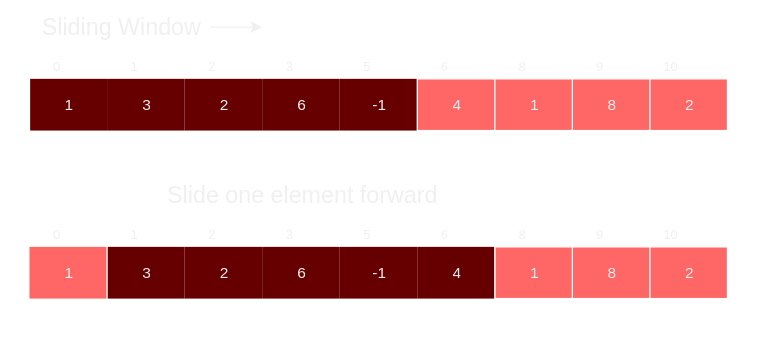
The draw.io diagram 200 Data Structures & Algorithms/220 Grokking Patterns/220.1 Sliding Window/Diagrams/Sliding Window.svg in MontoyaTM/Obsidian-SoftwareEngineering, before a commit. Source tidied: cells renumbered, new cells last; positions are measured from the earlier drawing's top-left corner, leaving out a move shared by most shapes. Its diagram source:
```xml
<mxGraphModel>
  <root>
    <mxCell id="0" />
    <mxCell id="1" parent="0" />
    <mxCell id="2" style="shape=table;startSize=0;fillColor=#FF6666;strokeColor=#FFFFFF;" parent="1" vertex="1">
      <mxGeometry y="50" width="540" height="40" as="geometry" />
    </mxCell>
    <mxCell id="3" style="shape=partialRectangle;fillColor=none;top=0;left=0;bottom=0;right=0;strokeColor=#660000;" parent="2" vertex="1">
      <mxGeometry width="540" height="40" as="geometry" />
    </mxCell>
    <mxCell id="4" value="1" style="shape=partialRectangle;html=1;whiteSpace=wrap;overflow=hidden;fillColor=#660000;top=0;left=0;bottom=0;right=0;strokeColor=#FFFFFF;" parent="3" vertex="1">
      <mxGeometry width="60" height="40" as="geometry" />
    </mxCell>
    <mxCell id="5" value="3" style="shape=partialRectangle;html=1;whiteSpace=wrap;overflow=hidden;fillColor=#660000;top=0;left=0;bottom=0;right=0;" parent="3" vertex="1">
      <mxGeometry x="60" width="60" height="40" as="geometry" />
    </mxCell>
    <mxCell id="6" value="2" style="shape=partialRectangle;html=1;whiteSpace=wrap;overflow=hidden;fillColor=#660000;top=0;left=0;bottom=0;right=0;" parent="3" vertex="1">
      <mxGeometry x="120" width="60" height="40" as="geometry" />
    </mxCell>
    <mxCell id="7" value="6" style="shape=partialRectangle;html=1;whiteSpace=wrap;overflow=hidden;fillColor=#660000;top=0;left=0;bottom=0;right=0;" parent="3" vertex="1">
      <mxGeometry x="180" width="60" height="40" as="geometry" />
    </mxCell>
    <mxCell id="8" value="-1" style="shape=partialRectangle;html=1;whiteSpace=wrap;overflow=hidden;fillColor=#660000;top=0;left=0;bottom=0;right=0;" parent="3" vertex="1">
      <mxGeometry x="240" width="60" height="40" as="geometry" />
    </mxCell>
    <mxCell id="9" value="4" style="shape=partialRectangle;html=1;whiteSpace=wrap;overflow=hidden;fillColor=none;top=0;left=0;bottom=0;right=0;" parent="3" vertex="1">
      <mxGeometry x="300" width="60" height="40" as="geometry" />
    </mxCell>
    <mxCell id="10" value="1" style="shape=partialRectangle;html=1;whiteSpace=wrap;overflow=hidden;fillColor=none;top=0;left=0;bottom=0;right=0;" parent="3" vertex="1">
      <mxGeometry x="360" width="60" height="40" as="geometry" />
    </mxCell>
    <mxCell id="11" value="8" style="shape=partialRectangle;html=1;whiteSpace=wrap;overflow=hidden;fillColor=none;top=0;left=0;bottom=0;right=0;" parent="3" vertex="1">
      <mxGeometry x="420" width="60" height="40" as="geometry" />
    </mxCell>
    <mxCell id="12" value="2" style="shape=partialRectangle;html=1;whiteSpace=wrap;overflow=hidden;fillColor=none;top=0;left=0;bottom=0;right=0;" parent="3" vertex="1">
      <mxGeometry x="480" width="60" height="40" as="geometry" />
    </mxCell>
    <mxCell id="13" style="rounded=1;whiteSpace=wrap;html=1;strokeColor=#FFFFFF;fillColor=none;" parent="1" vertex="1">
      <mxGeometry y="30" width="300" height="80" as="geometry" />
    </mxCell>
    <mxCell id="14" style="edgeStyle=none;html=1;" parent="1" edge="1" source="15">
      <mxGeometry relative="1" as="geometry">
        <mxPoint x="180" y="10" as="targetPoint" />
      </mxGeometry>
    </mxCell>
    <mxCell id="15" value="&lt;font style=&quot;font-size: 18px&quot;&gt;Sliding Window&lt;/font&gt;" style="text;html=1;align=center;verticalAlign=middle;points=[];strokeColor=none;" parent="1" vertex="1">
      <mxGeometry width="140" height="20" as="geometry" />
    </mxCell>
    <mxCell id="16" style="shape=table;startSize=0;fillColor=#FF6666;strokeColor=#FFFFFF;" parent="1" vertex="1">
      <mxGeometry y="180" width="540" height="40" as="geometry" />
    </mxCell>
    <mxCell id="17" style="shape=partialRectangle;fillColor=none;top=0;left=0;bottom=0;right=0;strokeColor=#660000;" parent="16" vertex="1">
      <mxGeometry width="540" height="40" as="geometry" />
    </mxCell>
    <mxCell id="18" value="1" style="shape=partialRectangle;html=1;whiteSpace=wrap;overflow=hidden;fillColor=#FF6666;top=0;left=0;bottom=0;right=0;strokeColor=#FFFFFF;" parent="17" vertex="1">
      <mxGeometry width="60" height="40" as="geometry" />
    </mxCell>
    <mxCell id="19" value="3" style="shape=partialRectangle;html=1;whiteSpace=wrap;overflow=hidden;fillColor=#660000;top=0;left=0;bottom=0;right=0;" parent="17" vertex="1">
      <mxGeometry x="60" width="60" height="40" as="geometry" />
    </mxCell>
    <mxCell id="20" value="2" style="shape=partialRectangle;html=1;whiteSpace=wrap;overflow=hidden;fillColor=#660000;top=0;left=0;bottom=0;right=0;" parent="17" vertex="1">
      <mxGeometry x="120" width="60" height="40" as="geometry" />
    </mxCell>
    <mxCell id="21" value="6" style="shape=partialRectangle;html=1;whiteSpace=wrap;overflow=hidden;fillColor=#660000;top=0;left=0;bottom=0;right=0;" parent="17" vertex="1">
      <mxGeometry x="180" width="60" height="40" as="geometry" />
    </mxCell>
    <mxCell id="22" value="-1" style="shape=partialRectangle;html=1;whiteSpace=wrap;overflow=hidden;fillColor=#660000;top=0;left=0;bottom=0;right=0;" parent="17" vertex="1">
      <mxGeometry x="240" width="60" height="40" as="geometry" />
    </mxCell>
    <mxCell id="23" value="4" style="shape=partialRectangle;html=1;whiteSpace=wrap;overflow=hidden;fillColor=#660000;top=0;left=0;bottom=0;right=0;" parent="17" vertex="1">
      <mxGeometry x="300" width="60" height="40" as="geometry" />
    </mxCell>
    <mxCell id="24" value="1" style="shape=partialRectangle;html=1;whiteSpace=wrap;overflow=hidden;fillColor=none;top=0;left=0;bottom=0;right=0;" parent="17" vertex="1">
      <mxGeometry x="360" width="60" height="40" as="geometry" />
    </mxCell>
    <mxCell id="25" value="8" style="shape=partialRectangle;html=1;whiteSpace=wrap;overflow=hidden;fillColor=none;top=0;left=0;bottom=0;right=0;" parent="17" vertex="1">
      <mxGeometry x="420" width="60" height="40" as="geometry" />
    </mxCell>
    <mxCell id="26" value="2" style="shape=partialRectangle;html=1;whiteSpace=wrap;overflow=hidden;fillColor=none;top=0;left=0;bottom=0;right=0;" parent="17" vertex="1">
      <mxGeometry x="480" width="60" height="40" as="geometry" />
    </mxCell>
    <mxCell id="27" style="rounded=1;whiteSpace=wrap;html=1;strokeColor=#FFFFFF;fillColor=none;" parent="1" vertex="1">
      <mxGeometry x="60" y="160" width="300" height="80" as="geometry" />
    </mxCell>
    <mxCell id="28" value="&lt;font style=&quot;font-size: 18px&quot;&gt;Slide one element forward&lt;/font&gt;" style="text;html=1;align=center;verticalAlign=middle;strokeColor=none;" parent="1" vertex="1">
      <mxGeometry x="100" y="130" width="220" height="20" as="geometry" />
    </mxCell>
    <mxCell id="29" value="&lt;font style=&quot;font-size: 10px&quot;&gt;1&lt;/font&gt;" style="text;html=1;align=center;verticalAlign=middle;strokeColor=none;" parent="1" vertex="1">
      <mxGeometry x="70" y="30" width="20" height="20" as="geometry" />
    </mxCell>
    <mxCell id="30" value="&lt;font style=&quot;font-size: 10px&quot;&gt;0&lt;/font&gt;" style="text;html=1;align=center;verticalAlign=middle;strokeColor=none;" parent="1" vertex="1">
      <mxGeometry x="10" y="30" width="20" height="20" as="geometry" />
    </mxCell>
    <mxCell id="31" value="&lt;font style=&quot;font-size: 10px&quot;&gt;2&lt;/font&gt;" style="text;html=1;align=center;verticalAlign=middle;strokeColor=none;" parent="1" vertex="1">
      <mxGeometry x="130" y="30" width="20" height="20" as="geometry" />
    </mxCell>
    <mxCell id="32" value="&lt;font style=&quot;font-size: 10px&quot;&gt;3&lt;/font&gt;" style="text;html=1;align=center;verticalAlign=middle;strokeColor=none;" parent="1" vertex="1">
      <mxGeometry x="190" y="30" width="20" height="20" as="geometry" />
    </mxCell>
    <mxCell id="33" value="&lt;font style=&quot;font-size: 10px&quot;&gt;5&lt;/font&gt;" style="text;html=1;align=center;verticalAlign=middle;strokeColor=none;" parent="1" vertex="1">
      <mxGeometry x="250" y="30" width="20" height="20" as="geometry" />
    </mxCell>
    <mxCell id="34" value="&lt;font style=&quot;font-size: 10px&quot;&gt;6&lt;/font&gt;" style="text;html=1;align=center;verticalAlign=middle;strokeColor=none;" parent="1" vertex="1">
      <mxGeometry x="310" y="30" width="20" height="20" as="geometry" />
    </mxCell>
    <mxCell id="35" value="&lt;font style=&quot;font-size: 10px&quot;&gt;8&lt;/font&gt;" style="text;html=1;align=center;verticalAlign=middle;strokeColor=none;" parent="1" vertex="1">
      <mxGeometry x="370" y="30" width="20" height="20" as="geometry" />
    </mxCell>
    <mxCell id="36" value="&lt;font style=&quot;font-size: 10px&quot;&gt;9&lt;/font&gt;" style="text;html=1;align=center;verticalAlign=middle;strokeColor=none;" parent="1" vertex="1">
      <mxGeometry x="430" y="30" width="20" height="20" as="geometry" />
    </mxCell>
    <mxCell id="37" value="&lt;font style=&quot;font-size: 10px&quot;&gt;10&lt;/font&gt;" style="text;html=1;align=center;verticalAlign=middle;strokeColor=none;" parent="1" vertex="1">
      <mxGeometry x="480" y="30" width="30" height="20" as="geometry" />
    </mxCell>
    <mxCell id="38" value="&lt;font style=&quot;font-size: 10px&quot;&gt;1&lt;/font&gt;" style="text;html=1;align=center;verticalAlign=middle;strokeColor=none;" parent="1" vertex="1">
      <mxGeometry x="70" y="160" width="20" height="20" as="geometry" />
    </mxCell>
    <mxCell id="39" value="&lt;font style=&quot;font-size: 10px&quot;&gt;0&lt;/font&gt;" style="text;html=1;align=center;verticalAlign=middle;strokeColor=none;" parent="1" vertex="1">
      <mxGeometry x="10" y="160" width="20" height="20" as="geometry" />
    </mxCell>
    <mxCell id="40" value="&lt;font style=&quot;font-size: 10px&quot;&gt;2&lt;/font&gt;" style="text;html=1;align=center;verticalAlign=middle;strokeColor=none;" parent="1" vertex="1">
      <mxGeometry x="130" y="160" width="20" height="20" as="geometry" />
    </mxCell>
    <mxCell id="41" value="&lt;font style=&quot;font-size: 10px&quot;&gt;3&lt;/font&gt;" style="text;html=1;align=center;verticalAlign=middle;strokeColor=none;" parent="1" vertex="1">
      <mxGeometry x="190" y="160" width="20" height="20" as="geometry" />
    </mxCell>
    <mxCell id="42" value="&lt;font style=&quot;font-size: 10px&quot;&gt;5&lt;/font&gt;" style="text;html=1;align=center;verticalAlign=middle;strokeColor=none;" parent="1" vertex="1">
      <mxGeometry x="250" y="160" width="20" height="20" as="geometry" />
    </mxCell>
    <mxCell id="43" value="&lt;font style=&quot;font-size: 10px&quot;&gt;6&lt;/font&gt;" style="text;html=1;align=center;verticalAlign=middle;strokeColor=none;" parent="1" vertex="1">
      <mxGeometry x="310" y="160" width="20" height="20" as="geometry" />
    </mxCell>
    <mxCell id="44" value="&lt;font style=&quot;font-size: 10px&quot;&gt;8&lt;/font&gt;" style="text;html=1;align=center;verticalAlign=middle;strokeColor=none;" parent="1" vertex="1">
      <mxGeometry x="370" y="160" width="20" height="20" as="geometry" />
    </mxCell>
    <mxCell id="45" value="&lt;font style=&quot;font-size: 10px&quot;&gt;9&lt;/font&gt;" style="text;html=1;align=center;verticalAlign=middle;strokeColor=none;" parent="1" vertex="1">
      <mxGeometry x="430" y="160" width="20" height="20" as="geometry" />
    </mxCell>
    <mxCell id="46" value="&lt;font style=&quot;font-size: 10px&quot;&gt;10&lt;/font&gt;" style="text;html=1;align=center;verticalAlign=middle;strokeColor=none;" parent="1" vertex="1">
      <mxGeometry x="480" y="160" width="30" height="20" as="geometry" />
    </mxCell>
  </root>
</mxGraphModel>
```
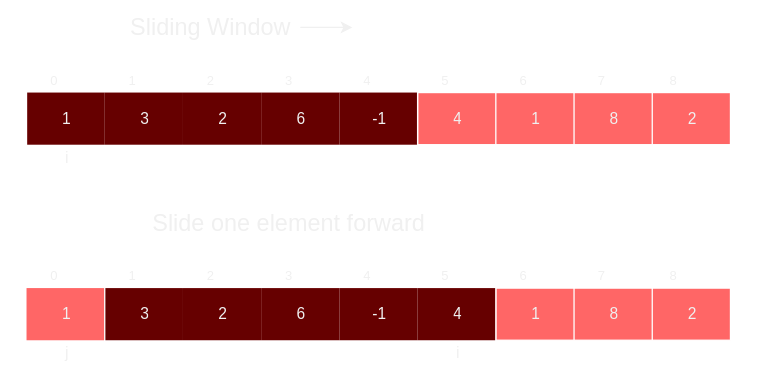
Later version of the same file.

Change to the diagram source:
```diff
@@ -40,14 +40,14 @@
     </mxCell>
     <mxCell id="14" style="edgeStyle=none;html=1;" parent="1" edge="1" source="15">
       <mxGeometry relative="1" as="geometry">
-        <mxPoint x="180" y="10" as="targetPoint" />
+        <mxPoint x="250" as="targetPoint" />
       </mxGeometry>
     </mxCell>
     <mxCell id="15" value="&lt;font style=&quot;font-size: 18px&quot;&gt;Sliding Window&lt;/font&gt;" style="text;html=1;align=center;verticalAlign=middle;points=[];strokeColor=none;" parent="1" vertex="1">
-      <mxGeometry width="140" height="20" as="geometry" />
+      <mxGeometry x="70" y="-10" width="140" height="20" as="geometry" />
     </mxCell>
     <mxCell id="16" style="shape=table;startSize=0;fillColor=#FF6666;strokeColor=#FFFFFF;" parent="1" vertex="1">
-      <mxGeometry y="180" width="540" height="40" as="geometry" />
+      <mxGeometry y="200" width="540" height="40" as="geometry" />
     </mxCell>
     <mxCell id="17" style="shape=partialRectangle;fillColor=none;top=0;left=0;bottom=0;right=0;strokeColor=#660000;" parent="16" vertex="1">
       <mxGeometry width="540" height="40" as="geometry" />
@@ -80,10 +80,10 @@
       <mxGeometry x="480" width="60" height="40" as="geometry" />
     </mxCell>
     <mxCell id="27" style="rounded=1;whiteSpace=wrap;html=1;strokeColor=#FFFFFF;fillColor=none;" parent="1" vertex="1">
-      <mxGeometry x="60" y="160" width="300" height="80" as="geometry" />
+      <mxGeometry x="60" y="180" width="300" height="80" as="geometry" />
     </mxCell>
     <mxCell id="28" value="&lt;font style=&quot;font-size: 18px&quot;&gt;Slide one element forward&lt;/font&gt;" style="text;html=1;align=center;verticalAlign=middle;strokeColor=none;" parent="1" vertex="1">
-      <mxGeometry x="100" y="130" width="220" height="20" as="geometry" />
+      <mxGeometry x="90" y="140" width="220" height="20" as="geometry" />
     </mxCell>
     <mxCell id="29" value="&lt;font style=&quot;font-size: 10px&quot;&gt;1&lt;/font&gt;" style="text;html=1;align=center;verticalAlign=middle;strokeColor=none;" parent="1" vertex="1">
       <mxGeometry x="70" y="30" width="20" height="20" as="geometry" />
@@ -97,47 +97,56 @@
     <mxCell id="32" value="&lt;font style=&quot;font-size: 10px&quot;&gt;3&lt;/font&gt;" style="text;html=1;align=center;verticalAlign=middle;strokeColor=none;" parent="1" vertex="1">
       <mxGeometry x="190" y="30" width="20" height="20" as="geometry" />
     </mxCell>
-    <mxCell id="33" value="&lt;font style=&quot;font-size: 10px&quot;&gt;5&lt;/font&gt;" style="text;html=1;align=center;verticalAlign=middle;strokeColor=none;" parent="1" vertex="1">
+    <mxCell id="33" value="&lt;font style=&quot;font-size: 10px&quot;&gt;4&lt;/font&gt;" style="text;html=1;align=center;verticalAlign=middle;strokeColor=none;" parent="1" vertex="1">
       <mxGeometry x="250" y="30" width="20" height="20" as="geometry" />
     </mxCell>
-    <mxCell id="34" value="&lt;font style=&quot;font-size: 10px&quot;&gt;6&lt;/font&gt;" style="text;html=1;align=center;verticalAlign=middle;strokeColor=none;" parent="1" vertex="1">
+    <mxCell id="34" value="&lt;font style=&quot;font-size: 10px&quot;&gt;5&lt;/font&gt;" style="text;html=1;align=center;verticalAlign=middle;strokeColor=none;" parent="1" vertex="1">
       <mxGeometry x="310" y="30" width="20" height="20" as="geometry" />
     </mxCell>
-    <mxCell id="35" value="&lt;font style=&quot;font-size: 10px&quot;&gt;8&lt;/font&gt;" style="text;html=1;align=center;verticalAlign=middle;strokeColor=none;" parent="1" vertex="1">
+    <mxCell id="35" value="&lt;font style=&quot;font-size: 10px&quot;&gt;6&lt;/font&gt;" style="text;html=1;align=center;verticalAlign=middle;strokeColor=none;" parent="1" vertex="1">
       <mxGeometry x="370" y="30" width="20" height="20" as="geometry" />
     </mxCell>
-    <mxCell id="36" value="&lt;font style=&quot;font-size: 10px&quot;&gt;9&lt;/font&gt;" style="text;html=1;align=center;verticalAlign=middle;strokeColor=none;" parent="1" vertex="1">
+    <mxCell id="36" value="&lt;font style=&quot;font-size: 10px&quot;&gt;7&lt;/font&gt;" style="text;html=1;align=center;verticalAlign=middle;strokeColor=none;" parent="1" vertex="1">
       <mxGeometry x="430" y="30" width="20" height="20" as="geometry" />
     </mxCell>
-    <mxCell id="37" value="&lt;font style=&quot;font-size: 10px&quot;&gt;10&lt;/font&gt;" style="text;html=1;align=center;verticalAlign=middle;strokeColor=none;" parent="1" vertex="1">
-      <mxGeometry x="480" y="30" width="30" height="20" as="geometry" />
+    <mxCell id="37" value="&lt;font style=&quot;font-size: 10px&quot;&gt;8&lt;/font&gt;" style="text;html=1;align=center;verticalAlign=middle;strokeColor=none;" parent="1" vertex="1">
+      <mxGeometry x="485" y="30" width="20" height="20" as="geometry" />
     </mxCell>
     <mxCell id="38" value="&lt;font style=&quot;font-size: 10px&quot;&gt;1&lt;/font&gt;" style="text;html=1;align=center;verticalAlign=middle;strokeColor=none;" parent="1" vertex="1">
-      <mxGeometry x="70" y="160" width="20" height="20" as="geometry" />
+      <mxGeometry x="70" y="180" width="20" height="20" as="geometry" />
     </mxCell>
     <mxCell id="39" value="&lt;font style=&quot;font-size: 10px&quot;&gt;0&lt;/font&gt;" style="text;html=1;align=center;verticalAlign=middle;strokeColor=none;" parent="1" vertex="1">
-      <mxGeometry x="10" y="160" width="20" height="20" as="geometry" />
+      <mxGeometry x="10" y="180" width="20" height="20" as="geometry" />
     </mxCell>
     <mxCell id="40" value="&lt;font style=&quot;font-size: 10px&quot;&gt;2&lt;/font&gt;" style="text;html=1;align=center;verticalAlign=middle;strokeColor=none;" parent="1" vertex="1">
-      <mxGeometry x="130" y="160" width="20" height="20" as="geometry" />
+      <mxGeometry x="130" y="180" width="20" height="20" as="geometry" />
     </mxCell>
     <mxCell id="41" value="&lt;font style=&quot;font-size: 10px&quot;&gt;3&lt;/font&gt;" style="text;html=1;align=center;verticalAlign=middle;strokeColor=none;" parent="1" vertex="1">
-      <mxGeometry x="190" y="160" width="20" height="20" as="geometry" />
+      <mxGeometry x="190" y="180" width="20" height="20" as="geometry" />
     </mxCell>
-    <mxCell id="42" value="&lt;font style=&quot;font-size: 10px&quot;&gt;5&lt;/font&gt;" style="text;html=1;align=center;verticalAlign=middle;strokeColor=none;" parent="1" vertex="1">
-      <mxGeometry x="250" y="160" width="20" height="20" as="geometry" />
+    <mxCell id="42" value="&lt;font style=&quot;font-size: 10px&quot;&gt;4&lt;/font&gt;" style="text;html=1;align=center;verticalAlign=middle;strokeColor=none;" parent="1" vertex="1">
+      <mxGeometry x="250" y="180" width="20" height="20" as="geometry" />
     </mxCell>
-    <mxCell id="43" value="&lt;font style=&quot;font-size: 10px&quot;&gt;6&lt;/font&gt;" style="text;html=1;align=center;verticalAlign=middle;strokeColor=none;" parent="1" vertex="1">
-      <mxGeometry x="310" y="160" width="20" height="20" as="geometry" />
+    <mxCell id="43" value="&lt;font style=&quot;font-size: 10px&quot;&gt;5&lt;/font&gt;" style="text;html=1;align=center;verticalAlign=middle;strokeColor=none;" parent="1" vertex="1">
+      <mxGeometry x="310" y="180" width="20" height="20" as="geometry" />
     </mxCell>
-    <mxCell id="44" value="&lt;font style=&quot;font-size: 10px&quot;&gt;8&lt;/font&gt;" style="text;html=1;align=center;verticalAlign=middle;strokeColor=none;" parent="1" vertex="1">
-      <mxGeometry x="370" y="160" width="20" height="20" as="geometry" />
+    <mxCell id="44" value="&lt;font style=&quot;font-size: 10px&quot;&gt;6&lt;/font&gt;" style="text;html=1;align=center;verticalAlign=middle;strokeColor=none;" parent="1" vertex="1">
+      <mxGeometry x="370" y="180" width="20" height="20" as="geometry" />
     </mxCell>
-    <mxCell id="45" value="&lt;font style=&quot;font-size: 10px&quot;&gt;9&lt;/font&gt;" style="text;html=1;align=center;verticalAlign=middle;strokeColor=none;" parent="1" vertex="1">
-      <mxGeometry x="430" y="160" width="20" height="20" as="geometry" />
+    <mxCell id="45" value="&lt;font style=&quot;font-size: 10px&quot;&gt;7&lt;/font&gt;" style="text;html=1;align=center;verticalAlign=middle;strokeColor=none;" parent="1" vertex="1">
+      <mxGeometry x="430" y="180" width="20" height="20" as="geometry" />
     </mxCell>
-    <mxCell id="46" value="&lt;font style=&quot;font-size: 10px&quot;&gt;10&lt;/font&gt;" style="text;html=1;align=center;verticalAlign=middle;strokeColor=none;" parent="1" vertex="1">
-      <mxGeometry x="480" y="160" width="30" height="20" as="geometry" />
+    <mxCell id="46" value="&lt;font style=&quot;font-size: 10px&quot;&gt;8&lt;/font&gt;" style="text;html=1;align=center;verticalAlign=middle;strokeColor=none;" parent="1" vertex="1">
+      <mxGeometry x="485" y="180" width="20" height="20" as="geometry" />
     </mxCell>
+    <mxCell id="47" value="&lt;font face=&quot;JetBrains Mono&quot;&gt;i&lt;/font&gt;" style="text;html=1;align=center;verticalAlign=middle;strokeColor=none;" parent="1" vertex="1">
+      <mxGeometry x="20" y="90" width="20" height="20" as="geometry" />
+    </mxCell>
+    <mxCell id="48" value="&lt;font face=&quot;JetBrains Mono&quot;&gt;i&lt;/font&gt;" style="text;html=1;align=center;verticalAlign=middle;strokeColor=none;" parent="1" vertex="1">
+      <mxGeometry x="320" y="240" width="20" height="20" as="geometry" />
+    </mxCell>
+    <mxCell id="49" value="&lt;font face=&quot;JetBrains Mono&quot;&gt;j&lt;/font&gt;" style="text;html=1;align=center;verticalAlign=middle;strokeColor=none;" parent="1" vertex="1">
+      <mxGeometry x="20" y="240" width="20" height="20" as="geometry" />
+    </mxCell>
   </root>
 </mxGraphModel>
```
